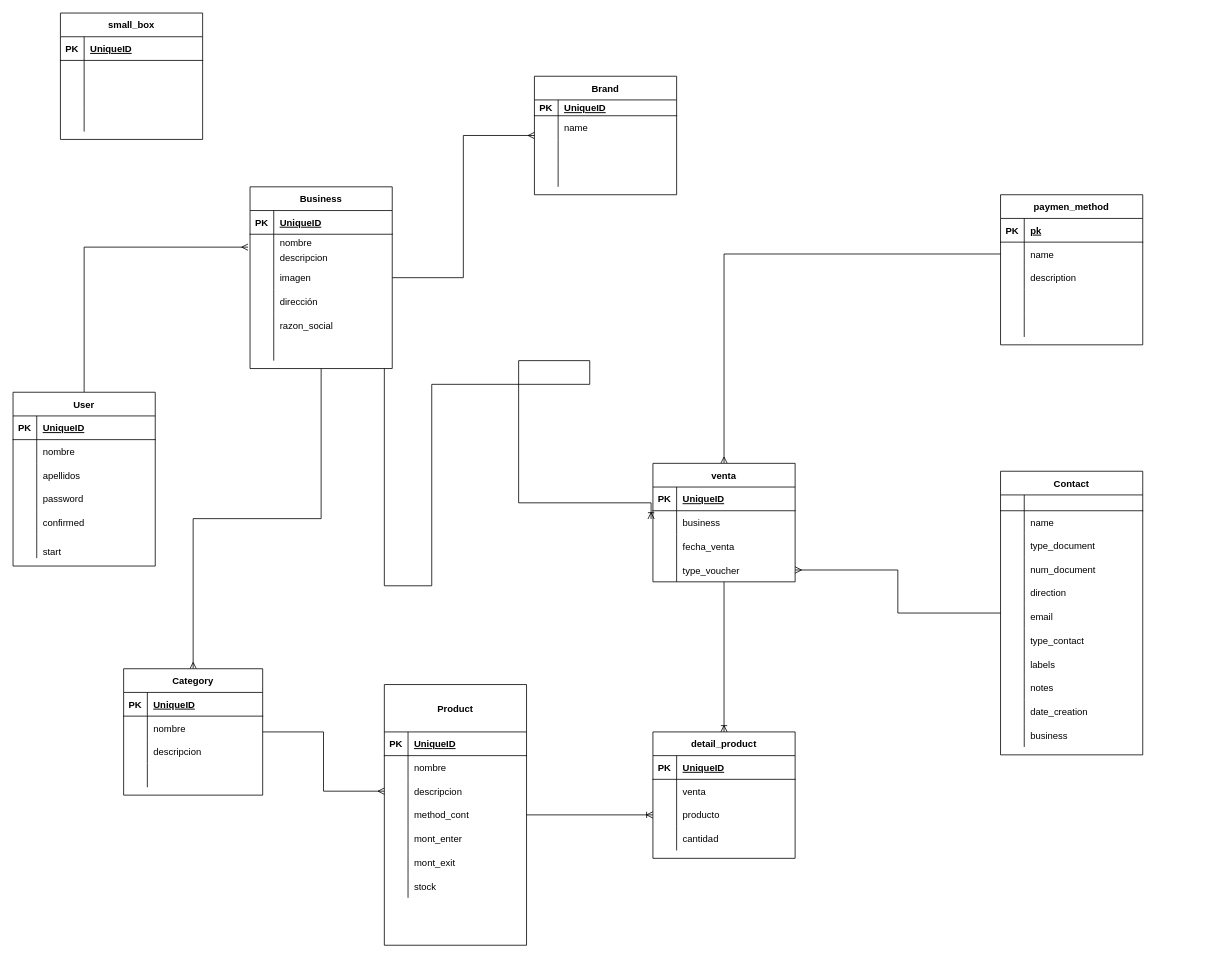
chickenLeobar/storeapp keeps this draw.io diagram as page "bd_store_helper" (1 of 4) of resources/bd.drawio. Above is the earlier version. Source tidied: cells renumbered, new cells numbered last; positions are measured from the earlier drawing's top-left corner, leaving out a move shared by most shapes. Both pictures are drawn from the tidied source at 79%, with x=0, y=0 at pixel (13, 13).
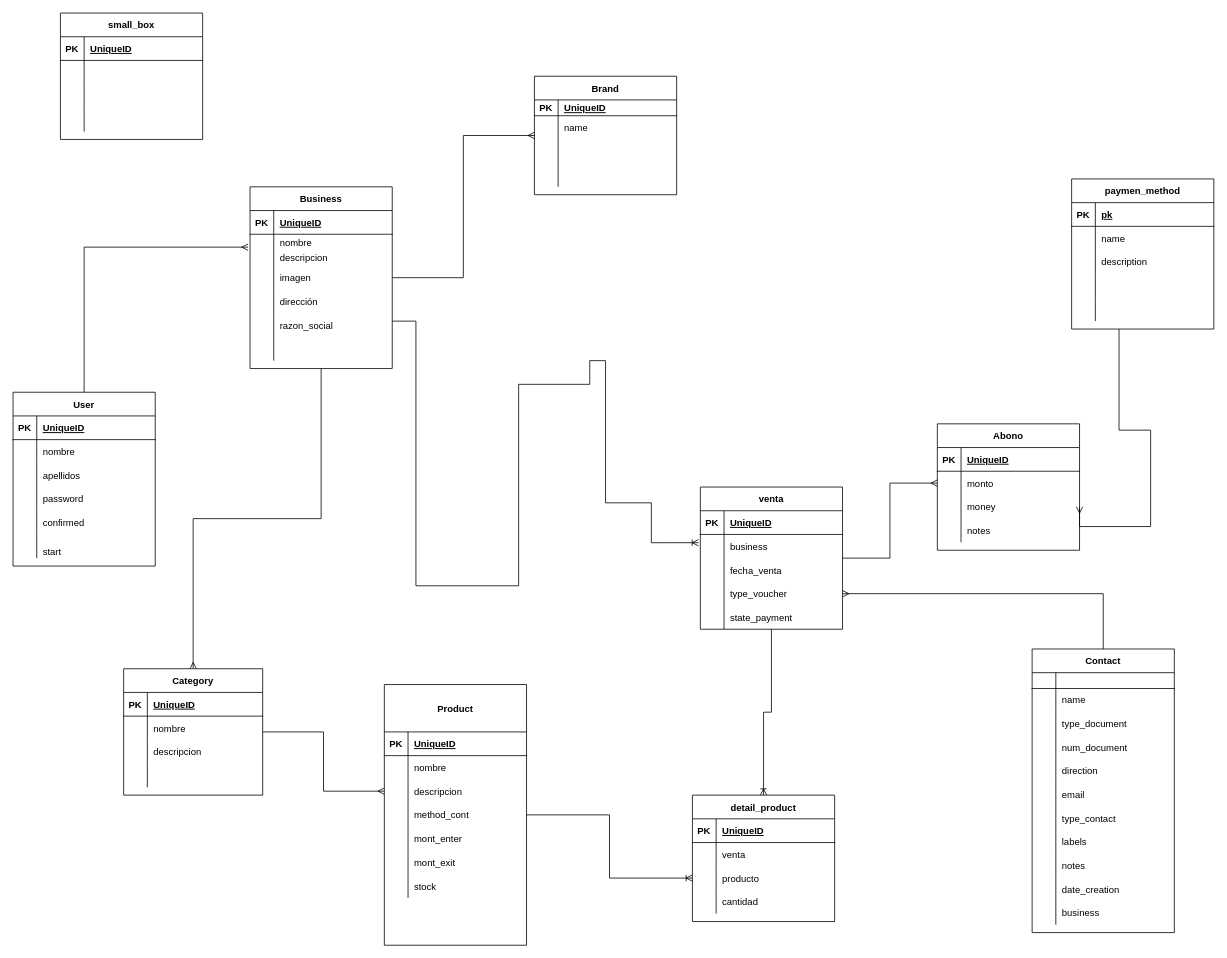
After the change.

Unchanged cells that the change refers to:
```xml
<mxCell id="25" value="Business" style="shape=table;startSize=30;childLayout=tableLayout;rowLines=0;fontStyle=1;align=center;" parent="1" vertex="1">
  <mxGeometry x="300" y="220" width="180" height="230" as="geometry" />
</mxCell>
<mxCell id="89" style="shape=partialRectangle;fillColor=none;top=0;left=0;bottom=0;right=0;points=[[0,0.5],[1,0.5]];portConstraint=eastwest;" parent="85" vertex="1">
  <mxGeometry y="60" width="180" height="30" as="geometry" />
</mxCell>
<mxCell id="163" style="shape=partialRectangle;fillColor=none;top=0;left=0;bottom=0;right=0;points=[[0,0.5],[1,0.5]];portConstraint=eastwest;" parent="159" vertex="1">
  <mxGeometry y="60" width="180" height="30" as="geometry" />
</mxCell>
```

What changed in the source:
```diff
@@
     <mxCell id="24" style="edgeStyle=orthogonalEdgeStyle;rounded=0;jettySize=auto;html=1;endArrow=ERoneToMany;endFill=0;entryX=-0.013;entryY=0.349;entryDx=0;entryDy=0;entryPerimeter=0;" parent="1" edge="1" source="25" target="89">
       <mxGeometry relative="1" as="geometry">
         <Array as="points">
-          <mxPoint x="470" y="725" />
-          <mxPoint x="530" y="725" />
-          <mxPoint x="530" y="470" />
+          <mxPoint x="510" y="390" />
+          <mxPoint x="510" y="725" />
+          <mxPoint x="640" y="725" />
+          <mxPoint x="640" y="470" />
           <mxPoint x="730" y="470" />
           <mxPoint x="730" y="440" />
-          <mxPoint x="640" y="440" />
-          <mxPoint x="640" y="620" />
+          <mxPoint x="750" y="440" />
+          <mxPoint x="750" y="620" />
           <mxPoint x="808" y="620" />
         </Array>
       </mxGeometry>
     </mxCell>
@@
-    <mxCell id="83" style="edgeStyle=orthogonalEdgeStyle;rounded=0;jettySize=auto;html=1;entryX=0;entryY=0.5;entryDx=0;entryDy=0;endArrow=none;endFill=0;startArrow=ERmany;startFill=0;" parent="1" edge="1" source="85" target="163">
-      <mxGeometry relative="1" as="geometry" />
-    </mxCell>
@@
+    <mxCell id="189" style="edgeStyle=orthogonalEdgeStyle;rounded=0;jettySize=auto;html=1;endArrow=ERmany;endFill=0;" parent="1" edge="1" source="85" target="198">
+      <mxGeometry relative="1" as="geometry" />
+    </mxCell>
     <mxCell id="85" value="venta" style="shape=table;startSize=30;childLayout=tableLayout;rowLines=0;fontStyle=1;align=center;" parent="1" vertex="1">
-      <mxGeometry x="810" y="570" width="180" height="150" as="geometry" />
+      <mxGeometry x="870" y="600" width="180" height="180" as="geometry" />
     </mxCell>
@@
+    <mxCell id="190" style="shape=partialRectangle;fillColor=none;top=0;left=0;bottom=0;right=0;" parent="85" vertex="1">
+      <mxGeometry y="150" width="180" height="30" as="geometry" />
+    </mxCell>
+    <mxCell id="191" style="shape=partialRectangle;fillColor=none;top=0;left=0;bottom=0;right=0;overflow=hidden;" parent="190" vertex="1">
+      <mxGeometry width="30" height="30" as="geometry" />
+    </mxCell>
+    <mxCell id="192" value="state_payment" style="shape=partialRectangle;fillColor=none;top=0;left=0;bottom=0;right=0;align=left;spacingLeft=6;overflow=hidden;" parent="190" vertex="1">
+      <mxGeometry x="30" width="150" height="30" as="geometry" />
+    </mxCell>
@@
     <mxCell id="125" value="Contact" style="shape=table;startSize=30;childLayout=tableLayout;rowLines=0;fontStyle=1;align=center;" parent="1" vertex="1">
-      <mxGeometry x="1250" y="580" width="180" height="359" as="geometry" />
+      <mxGeometry x="1290" y="805" width="180" height="359" as="geometry" />
     </mxCell>
@@
+    <mxCell id="193" style="edgeStyle=orthogonalEdgeStyle;rounded=0;jettySize=auto;html=1;entryX=1;entryY=0.5;entryDx=0;entryDy=0;endArrow=ERmany;endFill=0;" parent="1" edge="1" source="159" target="201">
+      <mxGeometry relative="1" as="geometry">
+        <Array as="points">
+          <mxPoint x="1400" y="528" />
+          <mxPoint x="1440" y="528" />
+          <mxPoint x="1440" y="650" />
+        </Array>
+      </mxGeometry>
+    </mxCell>
     <mxCell id="159" value="paymen_method" style="shape=table;startSize=30;childLayout=tableLayout;rowLines=0;fontStyle=1;align=center;" parent="1" vertex="1">
-      <mxGeometry x="1250" y="230" width="180" height="190" as="geometry" />
+      <mxGeometry x="1340" y="210" width="180" height="190" as="geometry" />
     </mxCell>
@@
     <mxCell id="176" value="detail_product" style="shape=table;startSize=30;childLayout=tableLayout;rowLines=0;fontStyle=1;align=center;" parent="1" vertex="1">
-      <mxGeometry x="810" y="910" width="180" height="160" as="geometry" />
+      <mxGeometry x="860" y="990" width="180" height="160" as="geometry" />
     </mxCell>
@@
+    <mxCell id="194" value="Abono" style="shape=table;startSize=30;childLayout=tableLayout;rowLines=0;fontStyle=1;align=center;" parent="1" vertex="1">
+      <mxGeometry x="1170" y="520" width="180" height="160" as="geometry" />
+    </mxCell>
+    <mxCell id="195" style="shape=partialRectangle;fillColor=none;top=0;left=0;bottom=1;right=0;" parent="194" vertex="1">
+      <mxGeometry y="30" width="180" height="30" as="geometry" />
+    </mxCell>
+    <mxCell id="196" value="PK" style="shape=partialRectangle;fillColor=none;top=0;left=0;bottom=0;right=0;fontStyle=1;overflow=hidden;" parent="195" vertex="1">
+      <mxGeometry width="30" height="30" as="geometry" />
+    </mxCell>
+    <mxCell id="197" value="UniqueID" style="shape=partialRectangle;fillColor=none;top=0;left=0;bottom=0;right=0;align=left;spacingLeft=6;fontStyle=5;overflow=hidden;" parent="195" vertex="1">
+      <mxGeometry x="30" width="150" height="30" as="geometry" />
+    </mxCell>
+    <mxCell id="198" style="shape=partialRectangle;fillColor=none;top=0;left=0;bottom=0;right=0;points=[[0,0.5],[1,0.5]];portConstraint=eastwest;" parent="194" vertex="1">
+      <mxGeometry y="60" width="180" height="30" as="geometry" />
+    </mxCell>
+    <mxCell id="199" style="shape=partialRectangle;fillColor=none;top=0;left=0;bottom=0;right=0;overflow=hidden;" parent="198" vertex="1">
+      <mxGeometry width="30" height="30" as="geometry" />
+    </mxCell>
+    <mxCell id="200" value="monto" style="shape=partialRectangle;fillColor=none;top=0;left=0;bottom=0;right=0;align=left;spacingLeft=6;overflow=hidden;" parent="198" vertex="1">
+      <mxGeometry x="30" width="150" height="30" as="geometry" />
+    </mxCell>
+    <mxCell id="201" style="shape=partialRectangle;fillColor=none;top=0;left=0;bottom=0;right=0;points=[[0,0.5],[1,0.5]];portConstraint=eastwest;" parent="194" vertex="1">
+      <mxGeometry y="90" width="180" height="30" as="geometry" />
+    </mxCell>
+    <mxCell id="202" style="shape=partialRectangle;fillColor=none;top=0;left=0;bottom=0;right=0;overflow=hidden;" parent="201" vertex="1">
+      <mxGeometry width="30" height="30" as="geometry" />
+    </mxCell>
+    <mxCell id="203" value="money" style="shape=partialRectangle;fillColor=none;top=0;left=0;bottom=0;right=0;align=left;spacingLeft=6;overflow=hidden;" parent="201" vertex="1">
+      <mxGeometry x="30" width="150" height="30" as="geometry" />
+    </mxCell>
+    <mxCell id="204" style="shape=partialRectangle;fillColor=none;top=0;left=0;bottom=0;right=0;" parent="194" vertex="1">
+      <mxGeometry y="120" width="180" height="30" as="geometry" />
+    </mxCell>
+    <mxCell id="205" style="shape=partialRectangle;fillColor=none;top=0;left=0;bottom=0;right=0;overflow=hidden;" parent="204" vertex="1">
+      <mxGeometry width="30" height="30" as="geometry" />
+    </mxCell>
+    <mxCell id="206" value="notes" style="shape=partialRectangle;fillColor=none;top=0;left=0;bottom=0;right=0;align=left;spacingLeft=6;overflow=hidden;" parent="204" vertex="1">
+      <mxGeometry x="30" width="150" height="30" as="geometry" />
+    </mxCell>
```
